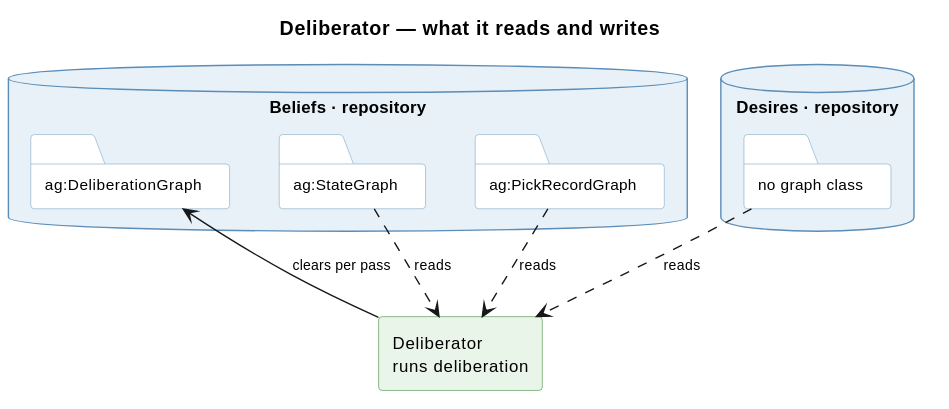
This is knowledge/diagrams/service-deliberator.svg from ShishkinDmitriy/orexis, a PlantUML export, as it was before one commit. Source of this version:
```plantuml
@startuml
title Deliberator — what it reads and writes

skinparam componentStyle rectangle
skinparam shadowing false
skinparam defaultFontSize 12
skinparam titleFontSize 14
skinparam ArrowFontSize 10
skinparam database {
  BackgroundColor #E8F1F8
  BorderColor #5B8DB8
}
skinparam folder {
  BackgroundColor #FFFFFF
  BorderColor #8FB4D0
  FontSize 11
}
skinparam component {
  BackgroundColor #EAF5EA
  BorderColor #5E9E5E
}


database "Beliefs · repository" as BEL {
  folder "ag:StateGraph" as S
  folder "ag:PickRecordGraph" as P
  folder "ag:DeliberationGraph" as D
}

database "Desires · repository" as DES {
  folder "no graph class" as X
}

component "Deliberator\nruns deliberation" as DEL


S ..> DEL : reads
P ..> DEL : reads
X ..> DEL : reads
DEL --> D : clears per pass
@enduml
```
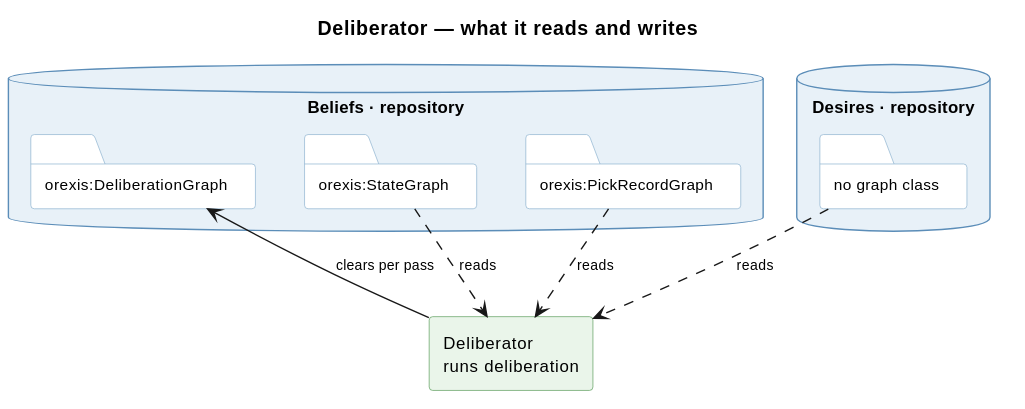
Later version of the same file.

Change to the diagram source:
```diff
@@ -22,9 +22,9 @@
 
 
 database "Beliefs · repository" as BEL {
-  folder "ag:StateGraph" as S
-  folder "ag:PickRecordGraph" as P
-  folder "ag:DeliberationGraph" as D
+  folder "orexis:StateGraph" as S
+  folder "orexis:PickRecordGraph" as P
+  folder "orexis:DeliberationGraph" as D
 }
 
 database "Desires · repository" as DES {
```
